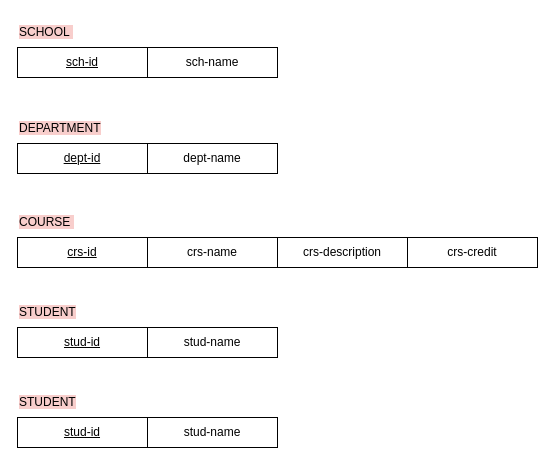
Before: page "校務教務資料庫1" (3 of 3) of HW2/HW2.drawio in alicejimmy/2022-Bioinformatics-and-Medical-Databases-HW, a draw.io diagram. Source tidied: cells renumbered, new cells numbered last; positions are measured from the earlier drawing's top-left corner, leaving out a move shared by most shapes. Both pictures are drawn from the tidied source at 100%, with x=0, y=0 at pixel (17, 17).
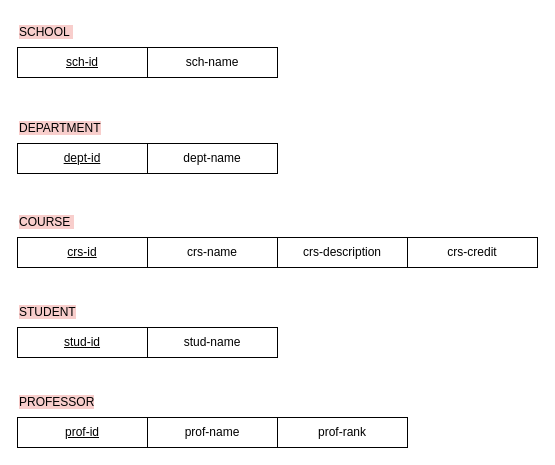
The same page after the edit.

Change to the diagram source:
```diff
@@
 <mxGraphModel>
   <root>
     <mxCell id="0" />
     <mxCell id="1" parent="0" />
     <mxCell id="2" value="&lt;span style=&quot;background-color: rgb(248, 206, 204);&quot;&gt;SCHOOL&amp;nbsp;&lt;/span&gt;" style="text;html=1;align=left;verticalAlign=middle;strokeColor=none;fillColor=none;" parent="1" vertex="1">
       <mxGeometry width="80" height="30" as="geometry" />
     </mxCell>
     <mxCell id="3" value="&lt;u&gt;sch-id&lt;/u&gt;" style="whiteSpace=wrap;html=1;align=center;" parent="1" vertex="1">
       <mxGeometry y="30" width="130" height="30" as="geometry" />
     </mxCell>
     <mxCell id="4" value="sch-name" style="whiteSpace=wrap;html=1;align=center;" parent="1" vertex="1">
       <mxGeometry x="130" y="30" width="130" height="30" as="geometry" />
     </mxCell>
     <mxCell id="5" value="&lt;span style=&quot;background-color: rgb(248, 206, 204);&quot;&gt;DEPARTMENT&lt;/span&gt;" style="text;html=1;align=left;verticalAlign=middle;strokeColor=none;fillColor=none;" parent="1" vertex="1">
       <mxGeometry y="96" width="110" height="30" as="geometry" />
     </mxCell>
     <mxCell id="6" value="&lt;u&gt;dept-id&lt;/u&gt;" style="whiteSpace=wrap;html=1;align=center;" parent="1" vertex="1">
       <mxGeometry y="126" width="130" height="30" as="geometry" />
     </mxCell>
     <mxCell id="7" value="dept-name&lt;br/&gt;" style="whiteSpace=wrap;html=1;align=center;" parent="1" vertex="1">
       <mxGeometry x="130" y="126" width="130" height="30" as="geometry" />
     </mxCell>
     <mxCell id="8" value="&lt;span style=&quot;background-color: rgb(248, 206, 204);&quot;&gt;COURSE&amp;nbsp;&lt;/span&gt;" style="text;html=1;align=left;verticalAlign=middle;strokeColor=none;fillColor=none;" parent="1" vertex="1">
       <mxGeometry y="190" width="80" height="30" as="geometry" />
     </mxCell>
     <mxCell id="9" value="&lt;u&gt;crs-id&lt;/u&gt;" style="whiteSpace=wrap;html=1;align=center;" parent="1" vertex="1">
       <mxGeometry y="220" width="130" height="30" as="geometry" />
     </mxCell>
     <mxCell id="10" value="crs-name " style="whiteSpace=wrap;html=1;align=center;" parent="1" vertex="1">
       <mxGeometry x="130" y="220" width="130" height="30" as="geometry" />
     </mxCell>
     <mxCell id="11" value="crs-description&lt;br/&gt;" style="whiteSpace=wrap;html=1;align=center;" parent="1" vertex="1">
       <mxGeometry x="260" y="220" width="130" height="30" as="geometry" />
     </mxCell>
     <mxCell id="12" value="crs-credit" style="whiteSpace=wrap;html=1;align=center;" parent="1" vertex="1">
       <mxGeometry x="390" y="220" width="130" height="30" as="geometry" />
     </mxCell>
     <mxCell id="13" value="&lt;span style=&quot;background-color: rgb(248, 206, 204);&quot;&gt;STUDENT&lt;/span&gt;" style="text;html=1;align=left;verticalAlign=middle;strokeColor=none;fillColor=none;" parent="1" vertex="1">
       <mxGeometry y="280" width="80" height="30" as="geometry" />
     </mxCell>
     <mxCell id="14" value="&lt;u&gt;stud-id&lt;/u&gt;" style="whiteSpace=wrap;html=1;align=center;" parent="1" vertex="1">
       <mxGeometry y="310" width="130" height="30" as="geometry" />
     </mxCell>
     <mxCell id="15" value="stud-name&lt;br/&gt; " style="whiteSpace=wrap;html=1;align=center;" parent="1" vertex="1">
       <mxGeometry x="130" y="310" width="130" height="30" as="geometry" />
     </mxCell>
-    <mxCell id="16" value="&lt;span style=&quot;background-color: rgb(248, 206, 204);&quot;&gt;STUDENT&lt;/span&gt;" style="text;html=1;align=left;verticalAlign=middle;strokeColor=none;fillColor=none;" parent="1" vertex="1">
-      <mxGeometry y="370" width="80" height="30" as="geometry" />
+    <mxCell id="16" value="&lt;span style=&quot;background-color: rgb(248, 206, 204);&quot;&gt;PROFESSOR&lt;/span&gt;" style="text;html=1;align=left;verticalAlign=middle;strokeColor=none;fillColor=none;" parent="1" vertex="1">
+      <mxGeometry y="370" width="100" height="30" as="geometry" />
     </mxCell>
-    <mxCell id="17" value="&lt;u&gt;stud-id&lt;/u&gt;" style="whiteSpace=wrap;html=1;align=center;" parent="1" vertex="1">
+    <mxCell id="17" value="&lt;u&gt;prof-id&lt;/u&gt;" style="whiteSpace=wrap;html=1;align=center;" parent="1" vertex="1">
       <mxGeometry y="400" width="130" height="30" as="geometry" />
     </mxCell>
-    <mxCell id="18" value="stud-name&lt;br/&gt; " style="whiteSpace=wrap;html=1;align=center;" parent="1" vertex="1">
+    <mxCell id="18" value="prof-name&lt;br&gt; " style="whiteSpace=wrap;html=1;align=center;" parent="1" vertex="1">
       <mxGeometry x="130" y="400" width="130" height="30" as="geometry" />
     </mxCell>
+    <mxCell id="19" value="prof-rank&lt;br&gt; " style="whiteSpace=wrap;html=1;align=center;" parent="1" vertex="1">
+      <mxGeometry x="260" y="400" width="130" height="30" as="geometry" />
+    </mxCell>
   </root>
 </mxGraphModel>
```
